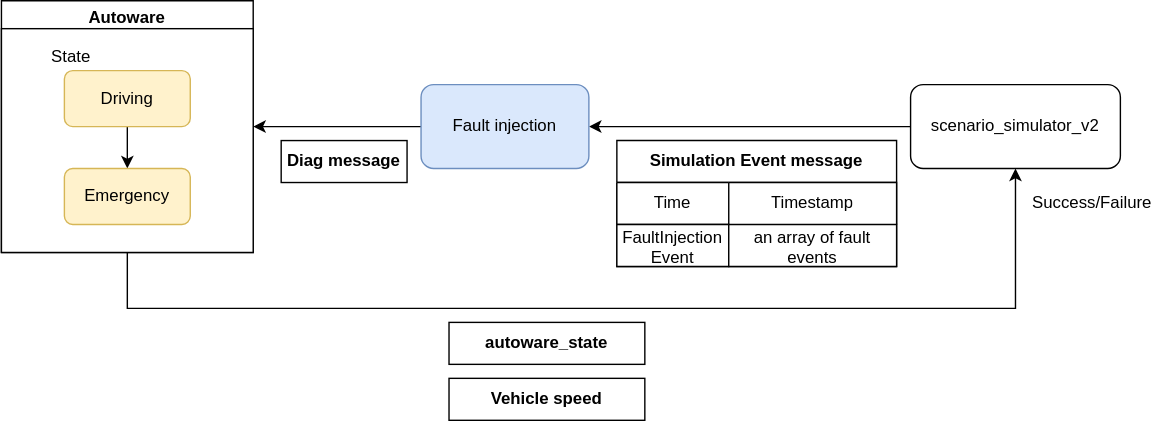
Above: simulator/autoware_fault_injection/img/component.drawio.svg in tier4/autoware_universe (draw.io), before the change. Source tidied: cells renumbered, new cells last; positions are measured from the earlier drawing's top-left corner, leaving out a move shared by most shapes. Its diagram source:
```xml
<mxGraphModel>
  <root>
    <mxCell id="0" />
    <mxCell id="1" parent="0" />
    <mxCell id="2" style="edgeStyle=orthogonalEdgeStyle;rounded=0;jettySize=auto;html=1;exitX=0.5;exitY=1;exitDx=0;exitDy=0;entryX=0.5;entryY=1;entryDx=0;entryDy=0;" parent="1" edge="1" source="3" target="10">
      <mxGeometry relative="1" as="geometry">
        <Array as="points">
          <mxPoint x="90" y="220" />
          <mxPoint x="725" y="220" />
        </Array>
      </mxGeometry>
    </mxCell>
    <mxCell id="3" value="Autoware" style="swimlane;" parent="1" vertex="1">
      <mxGeometry width="180" height="180" as="geometry" />
    </mxCell>
    <mxCell id="4" style="rounded=0;whiteSpace=wrap;html=1;fillColor=default;" parent="3" vertex="1">
      <mxGeometry y="20" width="180" height="160" as="geometry" />
    </mxCell>
    <mxCell id="5" style="edgeStyle=orthogonalEdgeStyle;rounded=0;jettySize=auto;html=1;exitX=0.5;exitY=1;exitDx=0;exitDy=0;entryX=0.5;entryY=0;entryDx=0;entryDy=0;" parent="3" edge="1" source="6" target="7">
      <mxGeometry relative="1" as="geometry" />
    </mxCell>
    <mxCell id="6" value="Driving" style="rounded=1;whiteSpace=wrap;html=1;fillColor=#fff2cc;strokeColor=#d6b656;" parent="3" vertex="1">
      <mxGeometry x="45" y="50" width="90" height="40" as="geometry" />
    </mxCell>
    <mxCell id="7" value="Emergency" style="rounded=1;whiteSpace=wrap;html=1;fillColor=#fff2cc;strokeColor=#d6b656;" parent="3" vertex="1">
      <mxGeometry x="45" y="120" width="90" height="40" as="geometry" />
    </mxCell>
    <mxCell id="8" value="State" style="text;html=1;strokeColor=none;fillColor=none;align=center;verticalAlign=middle;whiteSpace=wrap;rounded=0;" parent="3" vertex="1">
      <mxGeometry x="30" y="30" width="40" height="20" as="geometry" />
    </mxCell>
    <mxCell id="9" style="edgeStyle=orthogonalEdgeStyle;rounded=0;jettySize=auto;html=1;exitX=0;exitY=0.5;exitDx=0;exitDy=0;entryX=1;entryY=0.5;entryDx=0;entryDy=0;" parent="1" edge="1" source="10" target="12">
      <mxGeometry relative="1" as="geometry" />
    </mxCell>
    <mxCell id="10" value="scenario_simulator_v2" style="rounded=1;whiteSpace=wrap;html=1;fillColor=#FFFFFF;glass=0;sketch=0;" parent="1" vertex="1">
      <mxGeometry x="650" y="60" width="150" height="60" as="geometry" />
    </mxCell>
    <mxCell id="11" style="edgeStyle=orthogonalEdgeStyle;rounded=0;jettySize=auto;html=1;exitX=0;exitY=0.5;exitDx=0;exitDy=0;entryX=1;entryY=0.5;entryDx=0;entryDy=0;" parent="1" edge="1" source="12" target="3">
      <mxGeometry relative="1" as="geometry" />
    </mxCell>
    <mxCell id="12" value="Fault injection" style="rounded=1;whiteSpace=wrap;html=1;fillColor=#dae8fc;strokeColor=#6c8ebf;" parent="1" vertex="1">
      <mxGeometry x="300" y="60" width="120" height="60" as="geometry" />
    </mxCell>
    <mxCell id="13" value="Simulation Event message" style="shape=table;html=1;whiteSpace=wrap;startSize=30;fontStyle=1;align=center;fillColor=#FFFFFF;strokeColor=#000000;perimeterSpacing=0;strokeWidth=1;sketch=0;" parent="1" vertex="1">
      <mxGeometry x="440" y="100" width="200" height="90" as="geometry" />
    </mxCell>
    <mxCell id="14" style="shape=partialRectangle;html=1;whiteSpace=wrap;fillColor=none;top=0;left=0;bottom=0;right=0;" parent="13" vertex="1">
      <mxGeometry y="30" width="200" height="30" as="geometry" />
    </mxCell>
    <mxCell id="15" value="Time" style="shape=partialRectangle;html=1;whiteSpace=wrap;fillColor=default;top=1;left=1;bottom=1;right=0;overflow=hidden;strokeWidth=1;" parent="14" vertex="1">
      <mxGeometry width="80" height="30" as="geometry" />
    </mxCell>
    <mxCell id="16" value="Timestamp" style="shape=partialRectangle;html=1;whiteSpace=wrap;fillColor=default;top=1;left=1;bottom=0;right=1;overflow=hidden;perimeterSpacing=0;strokeWidth=1;" parent="14" vertex="1">
      <mxGeometry x="80" width="120" height="30" as="geometry" />
    </mxCell>
    <mxCell id="17" style="shape=partialRectangle;html=1;whiteSpace=wrap;fillColor=none;top=0;left=0;bottom=0;right=0;" parent="13" vertex="1">
      <mxGeometry y="60" width="200" height="30" as="geometry" />
    </mxCell>
    <mxCell id="18" value="FaultInjection&lt;br&gt;Event" style="shape=partialRectangle;html=1;whiteSpace=wrap;fillColor=default;top=1;left=1;bottom=1;right=1;overflow=hidden;strokeWidth=1;" parent="17" vertex="1">
      <mxGeometry width="80" height="30" as="geometry" />
    </mxCell>
    <mxCell id="19" value="an array of fault events" style="shape=partialRectangle;html=1;whiteSpace=wrap;fillColor=default;top=1;left=1;bottom=1;right=1;overflow=hidden;strokeWidth=1;strokeColor=#000000;sketch=0;" parent="17" vertex="1">
      <mxGeometry x="80" width="120" height="30" as="geometry" />
    </mxCell>
    <mxCell id="20" value="Diag message" style="rounded=0;whiteSpace=wrap;html=1;fontStyle=1;" parent="1" vertex="1">
      <mxGeometry x="200" y="100" width="90" height="30" as="geometry" />
    </mxCell>
    <mxCell id="21" value="autoware_state" style="rounded=0;whiteSpace=wrap;html=1;fontStyle=1;" parent="1" vertex="1">
      <mxGeometry x="320" y="230" width="140" height="30" as="geometry" />
    </mxCell>
    <mxCell id="22" value="Success/Failure" style="text;html=1;strokeColor=none;fillColor=none;align=center;verticalAlign=middle;whiteSpace=wrap;rounded=0;" parent="1" vertex="1">
      <mxGeometry x="760" y="135" width="40" height="20" as="geometry" />
    </mxCell>
    <mxCell id="23" value="Vehicle speed" style="rounded=0;whiteSpace=wrap;html=1;fontStyle=1;" parent="1" vertex="1">
      <mxGeometry x="320" y="270" width="140" height="30" as="geometry" />
    </mxCell>
  </root>
</mxGraphModel>
```
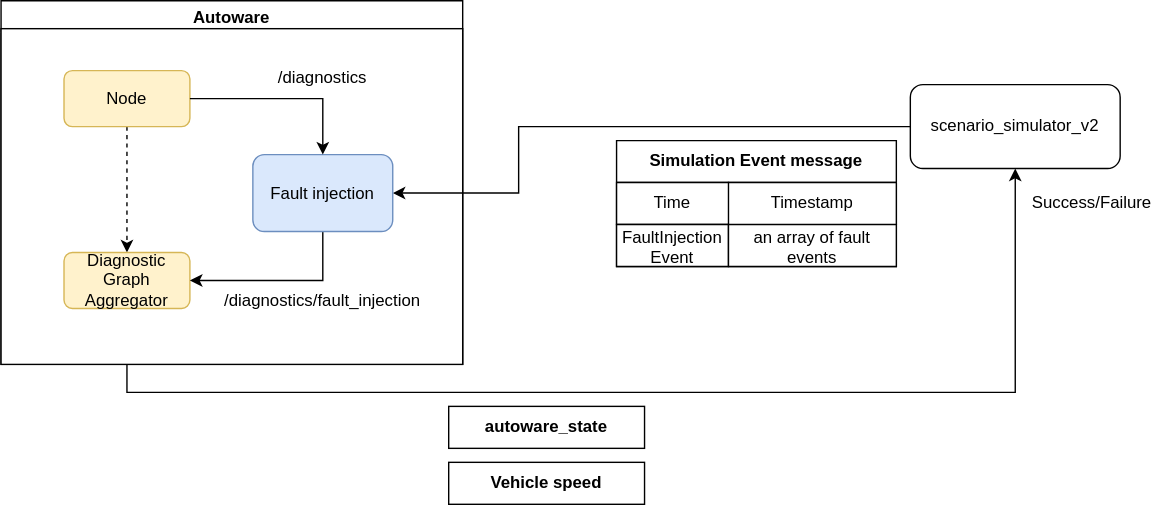
Later version of the same file.

The edit, as a diff of the source:
```diff
@@ -5,40 +5,49 @@
     <mxCell id="2" style="edgeStyle=orthogonalEdgeStyle;rounded=0;jettySize=auto;html=1;exitX=0.5;exitY=1;exitDx=0;exitDy=0;entryX=0.5;entryY=1;entryDx=0;entryDy=0;" parent="1" edge="1" source="3" target="10">
       <mxGeometry relative="1" as="geometry">
         <Array as="points">
-          <mxPoint x="90" y="220" />
-          <mxPoint x="725" y="220" />
+          <mxPoint x="90" y="180" />
+          <mxPoint x="90" y="280" />
+          <mxPoint x="725" y="280" />
         </Array>
       </mxGeometry>
     </mxCell>
     <mxCell id="3" value="Autoware" style="swimlane;" parent="1" vertex="1">
-      <mxGeometry width="180" height="180" as="geometry" />
+      <mxGeometry width="330" height="260" as="geometry" />
     </mxCell>
     <mxCell id="4" style="rounded=0;whiteSpace=wrap;html=1;fillColor=default;" parent="3" vertex="1">
-      <mxGeometry y="20" width="180" height="160" as="geometry" />
+      <mxGeometry y="20" width="330" height="240" as="geometry" />
     </mxCell>
-    <mxCell id="5" style="edgeStyle=orthogonalEdgeStyle;rounded=0;jettySize=auto;html=1;exitX=0.5;exitY=1;exitDx=0;exitDy=0;entryX=0.5;entryY=0;entryDx=0;entryDy=0;" parent="3" edge="1" source="6" target="7">
+    <mxCell id="5" style="edgeStyle=orthogonalEdgeStyle;rounded=0;jettySize=auto;html=1;exitX=0.5;exitY=1;exitDx=0;exitDy=0;entryX=0.5;entryY=0;entryDx=0;entryDy=0;dashed=1;" parent="3" edge="1" source="6" target="7">
       <mxGeometry relative="1" as="geometry" />
     </mxCell>
-    <mxCell id="6" value="Driving" style="rounded=1;whiteSpace=wrap;html=1;fillColor=#fff2cc;strokeColor=#d6b656;" parent="3" vertex="1">
+    <mxCell id="6" value="Node" style="rounded=1;whiteSpace=wrap;html=1;fillColor=#fff2cc;strokeColor=#d6b656;" parent="3" vertex="1">
       <mxGeometry x="45" y="50" width="90" height="40" as="geometry" />
     </mxCell>
-    <mxCell id="7" value="Emergency" style="rounded=1;whiteSpace=wrap;html=1;fillColor=#fff2cc;strokeColor=#d6b656;" parent="3" vertex="1">
-      <mxGeometry x="45" y="120" width="90" height="40" as="geometry" />
+    <mxCell id="7" value="Diagnostic Graph Aggregator" style="rounded=1;whiteSpace=wrap;html=1;fillColor=#fff2cc;strokeColor=#d6b656;" parent="3" vertex="1">
+      <mxGeometry x="45" y="180" width="90" height="40" as="geometry" />
     </mxCell>
-    <mxCell id="8" value="State" style="text;html=1;strokeColor=none;fillColor=none;align=center;verticalAlign=middle;whiteSpace=wrap;rounded=0;" parent="3" vertex="1">
-      <mxGeometry x="30" y="30" width="40" height="20" as="geometry" />
-    </mxCell>
+    <mxCell id="24" value="/diagnostics" style="text;html=1;whiteSpace=wrap;strokeColor=none;fillColor=none;align=center;verticalAlign=middle;rounded=0;" parent="3" vertex="1">
+      <mxGeometry x="200" y="40" width="60" height="30" as="geometry" />
+    </mxCell>
+    <mxCell id="25" value="/diagnostics/fault_injection" style="text;html=1;whiteSpace=wrap;strokeColor=none;fillColor=none;align=center;verticalAlign=middle;rounded=0;" parent="3" vertex="1">
+      <mxGeometry x="200" y="200" width="60" height="30" as="geometry" />
+    </mxCell>
     <mxCell id="9" style="edgeStyle=orthogonalEdgeStyle;rounded=0;jettySize=auto;html=1;exitX=0;exitY=0.5;exitDx=0;exitDy=0;entryX=1;entryY=0.5;entryDx=0;entryDy=0;" parent="1" edge="1" source="10" target="12">
-      <mxGeometry relative="1" as="geometry" />
+      <mxGeometry relative="1" as="geometry">
+        <Array as="points">
+          <mxPoint x="370" y="90" />
+          <mxPoint x="370" y="138" />
+        </Array>
+      </mxGeometry>
     </mxCell>
     <mxCell id="10" value="scenario_simulator_v2" style="rounded=1;whiteSpace=wrap;html=1;fillColor=#FFFFFF;glass=0;sketch=0;" parent="1" vertex="1">
       <mxGeometry x="650" y="60" width="150" height="60" as="geometry" />
     </mxCell>
-    <mxCell id="11" style="edgeStyle=orthogonalEdgeStyle;rounded=0;jettySize=auto;html=1;exitX=0;exitY=0.5;exitDx=0;exitDy=0;entryX=1;entryY=0.5;entryDx=0;entryDy=0;" parent="1" edge="1" source="12" target="3">
+    <mxCell id="11" style="edgeStyle=orthogonalEdgeStyle;rounded=0;jettySize=auto;html=1;exitX=0.5;exitY=1;exitDx=0;exitDy=0;entryX=1;entryY=0.5;entryDx=0;entryDy=0;" parent="1" edge="1" source="12" target="7">
       <mxGeometry relative="1" as="geometry" />
     </mxCell>
     <mxCell id="12" value="Fault injection" style="rounded=1;whiteSpace=wrap;html=1;fillColor=#dae8fc;strokeColor=#6c8ebf;" parent="1" vertex="1">
-      <mxGeometry x="300" y="60" width="120" height="60" as="geometry" />
+      <mxGeometry x="180" y="110" width="100" height="55" as="geometry" />
     </mxCell>
     <mxCell id="13" value="Simulation Event message" style="shape=table;html=1;whiteSpace=wrap;startSize=30;fontStyle=1;align=center;fillColor=#FFFFFF;strokeColor=#000000;perimeterSpacing=0;strokeWidth=1;sketch=0;" parent="1" vertex="1">
       <mxGeometry x="440" y="100" width="200" height="90" as="geometry" />
@@ -61,17 +70,17 @@
     <mxCell id="19" value="an array of fault events" style="shape=partialRectangle;html=1;whiteSpace=wrap;fillColor=default;top=1;left=1;bottom=1;right=1;overflow=hidden;strokeWidth=1;strokeColor=#000000;sketch=0;" parent="17" vertex="1">
       <mxGeometry x="80" width="120" height="30" as="geometry" />
     </mxCell>
-    <mxCell id="20" value="Diag message" style="rounded=0;whiteSpace=wrap;html=1;fontStyle=1;" parent="1" vertex="1">
-      <mxGeometry x="200" y="100" width="90" height="30" as="geometry" />
-    </mxCell>
     <mxCell id="21" value="autoware_state" style="rounded=0;whiteSpace=wrap;html=1;fontStyle=1;" parent="1" vertex="1">
-      <mxGeometry x="320" y="230" width="140" height="30" as="geometry" />
+      <mxGeometry x="320" y="290" width="140" height="30" as="geometry" />
     </mxCell>
     <mxCell id="22" value="Success/Failure" style="text;html=1;strokeColor=none;fillColor=none;align=center;verticalAlign=middle;whiteSpace=wrap;rounded=0;" parent="1" vertex="1">
       <mxGeometry x="760" y="135" width="40" height="20" as="geometry" />
     </mxCell>
     <mxCell id="23" value="Vehicle speed" style="rounded=0;whiteSpace=wrap;html=1;fontStyle=1;" parent="1" vertex="1">
-      <mxGeometry x="320" y="270" width="140" height="30" as="geometry" />
+      <mxGeometry x="320" y="330" width="140" height="30" as="geometry" />
     </mxCell>
+    <mxCell id="26" style="edgeStyle=orthogonalEdgeStyle;rounded=0;jettySize=auto;html=1;exitX=1;exitY=0.5;exitDx=0;exitDy=0;entryX=0.5;entryY=0;entryDx=0;entryDy=0;" parent="1" edge="1" source="6" target="12">
+      <mxGeometry relative="1" as="geometry" />
+    </mxCell>
   </root>
 </mxGraphModel>
```
